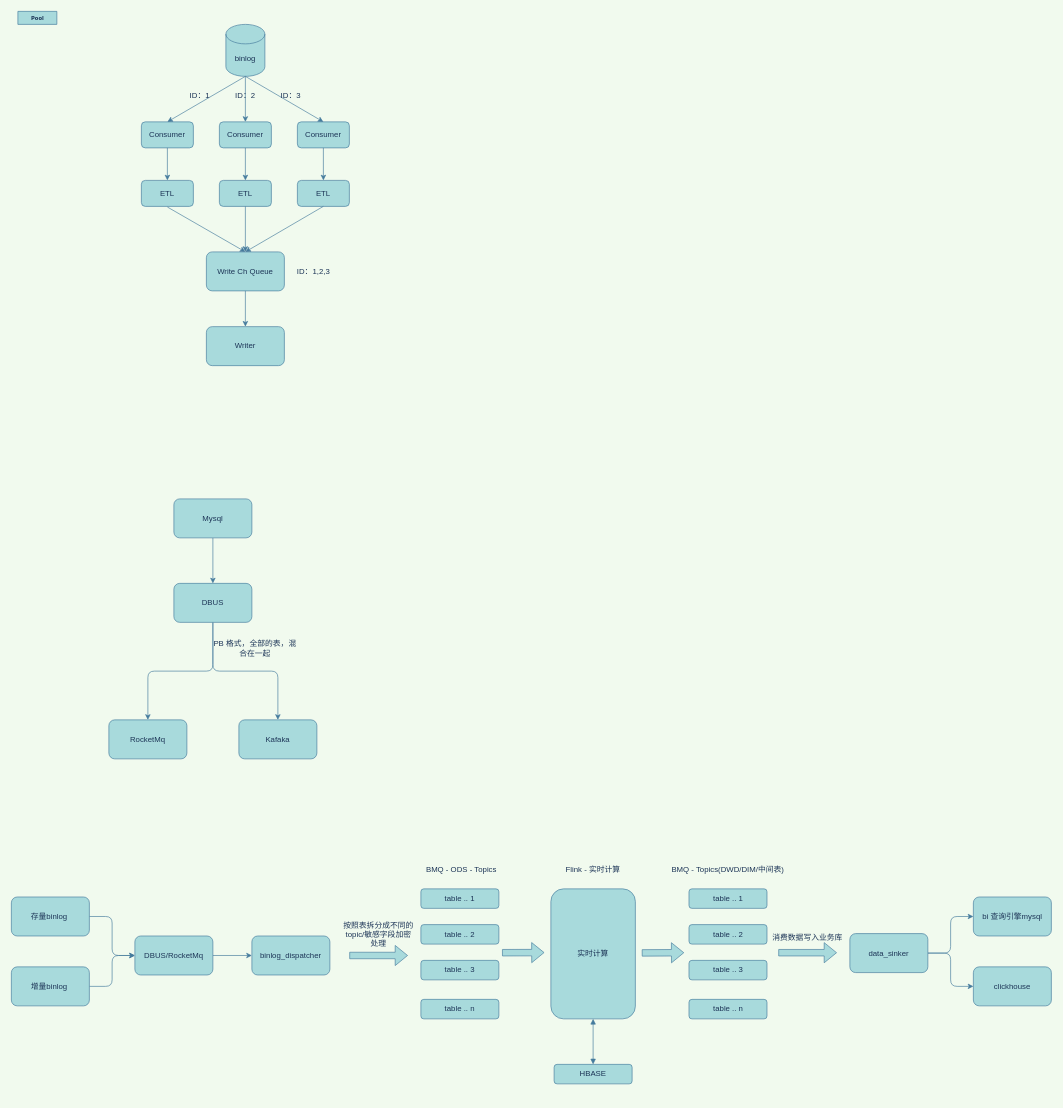
cicelprg/drawio keeps this draw.io diagram as real_time_etl.drawio. Above is the earlier version. Source tidied: cells renumbered, new cells numbered last; positions are measured from the earlier drawing's top-left corner, leaving out a move shared by most shapes. Both pictures are drawn from the tidied source at 65%, with x=0, y=0 at pixel (11, 11).
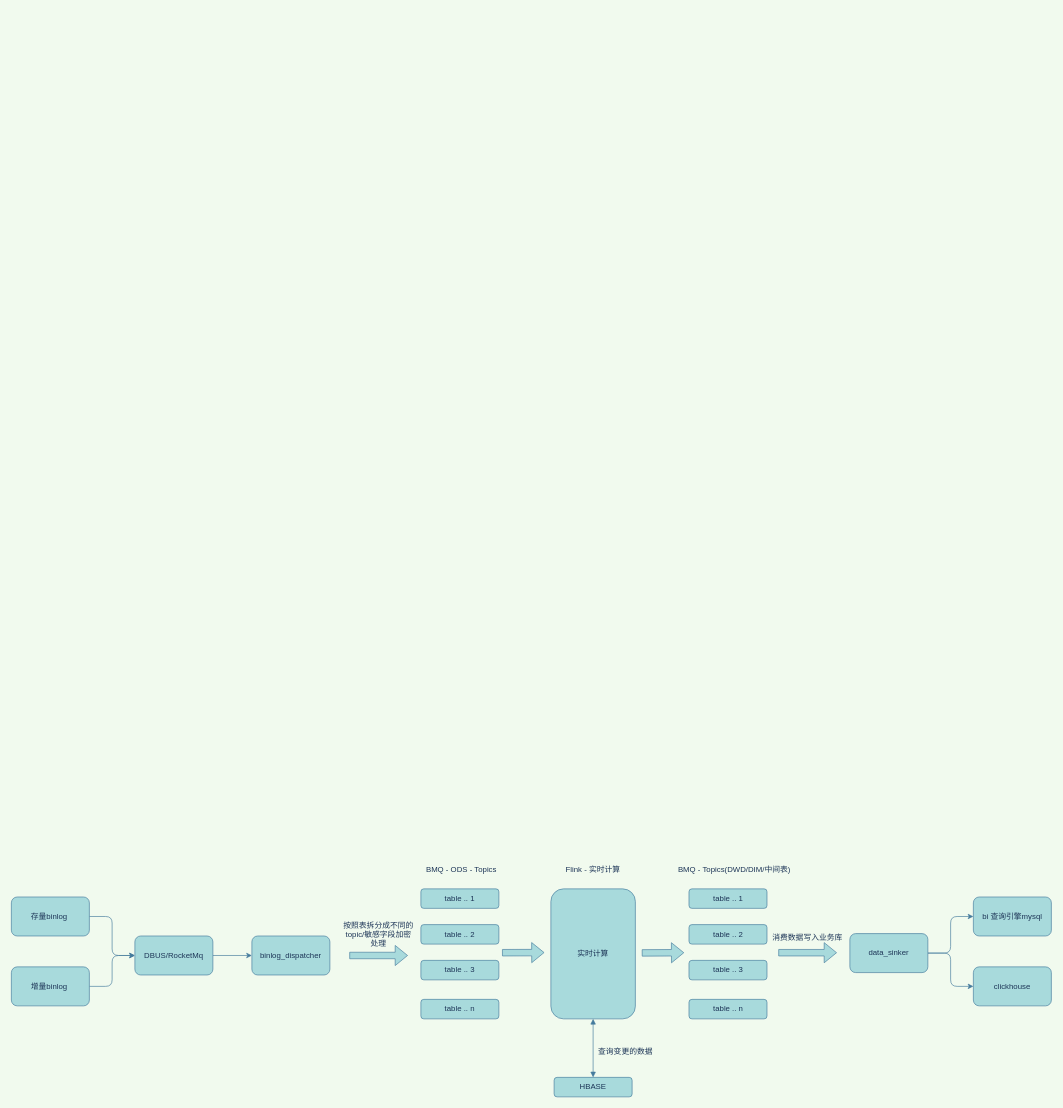
The same page after the edit.

Unchanged cells that the change refers to:
```xml
<mxCell id="35" value="存量binlog&amp;nbsp;" style="rounded=1;whiteSpace=wrap;html=1;sketch=0;strokeColor=#457B9D;fillColor=#A8DADC;fontColor=#1D3557;" parent="1" vertex="1">
  <mxGeometry y="1362.5" width="120" height="60" as="geometry" />
</mxCell>
<mxCell id="37" value="DBUS/RocketMq" style="rounded=1;whiteSpace=wrap;html=1;sketch=0;strokeColor=#457B9D;fillColor=#A8DADC;fontColor=#1D3557;" parent="1" vertex="1">
  <mxGeometry x="190" y="1422.5" width="120" height="60" as="geometry" />
</mxCell>
<mxCell id="45" value="实时计算" style="rounded=1;whiteSpace=wrap;html=1;sketch=0;strokeColor=#457B9D;fillColor=#A8DADC;fontColor=#1D3557;" parent="1" vertex="1">
  <mxGeometry x="830" y="1350" width="130" height="200" as="geometry" />
</mxCell>
<mxCell id="46" value="binlog_dispatcher" style="rounded=1;whiteSpace=wrap;html=1;sketch=0;strokeColor=#457B9D;fillColor=#A8DADC;fontColor=#1D3557;" parent="1" vertex="1">
  <mxGeometry x="370" y="1422.5" width="120" height="60" as="geometry" />
</mxCell>
<mxCell id="55" value="增量binlog&amp;nbsp;" style="rounded=1;whiteSpace=wrap;html=1;sketch=0;strokeColor=#457B9D;fillColor=#A8DADC;fontColor=#1D3557;" parent="1" vertex="1">
  <mxGeometry y="1470" width="120" height="60" as="geometry" />
</mxCell>
<mxCell id="58" value="data_sinker" style="rounded=1;whiteSpace=wrap;html=1;sketch=0;strokeColor=#457B9D;fillColor=#A8DADC;fontColor=#1D3557;" parent="1" vertex="1">
  <mxGeometry x="1290" y="1418.8" width="120" height="60" as="geometry" />
</mxCell>
<mxCell id="59" value="bi 查询引擎mysql" style="rounded=1;whiteSpace=wrap;html=1;sketch=0;strokeColor=#457B9D;fillColor=#A8DADC;fontColor=#1D3557;" parent="1" vertex="1">
  <mxGeometry x="1480" y="1362.5" width="120" height="60" as="geometry" />
</mxCell>
<mxCell id="60" value="clickhouse" style="rounded=1;whiteSpace=wrap;html=1;sketch=0;strokeColor=#457B9D;fillColor=#A8DADC;fontColor=#1D3557;" parent="1" vertex="1">
  <mxGeometry x="1480" y="1470" width="120" height="60" as="geometry" />
</mxCell>
```

Diff of the diagram source:
```diff
@@
-    <mxCell id="2" value="Pool" style="swimlane;html=1;startSize=20;rounded=0;shadow=0;labelBackgroundColor=none;strokeWidth=1;fontFamily=Verdana;fontSize=8;align=center;fillColor=#A8DADC;strokeColor=#457B9D;fontColor=#1D3557;" parent="1" vertex="1" collapsed="1">
-      <mxGeometry x="10" width="60" height="20" as="geometry" />
-    </mxCell>
-    <mxCell id="3" value="binlog" style="shape=cylinder3;whiteSpace=wrap;html=1;boundedLbl=1;backgroundOutline=1;size=15;fillColor=#A8DADC;strokeColor=#457B9D;fontColor=#1D3557;" parent="1" vertex="1">
-      <mxGeometry x="330" y="20" width="60" height="80" as="geometry" />
-    </mxCell>
-    <mxCell id="4" value="Consumer" style="rounded=1;whiteSpace=wrap;html=1;fillColor=#A8DADC;strokeColor=#457B9D;fontColor=#1D3557;" parent="1" vertex="1">
-      <mxGeometry x="200" y="170" width="80" height="40" as="geometry" />
-    </mxCell>
-    <mxCell id="5" value="Consumer" style="rounded=1;whiteSpace=wrap;html=1;fillColor=#A8DADC;strokeColor=#457B9D;fontColor=#1D3557;" parent="1" vertex="1">
-      <mxGeometry x="320" y="170" width="80" height="40" as="geometry" />
-    </mxCell>
-    <mxCell id="6" value="Consumer" style="rounded=1;whiteSpace=wrap;html=1;fillColor=#A8DADC;strokeColor=#457B9D;fontColor=#1D3557;" parent="1" vertex="1">
-      <mxGeometry x="440" y="170" width="80" height="40" as="geometry" />
-    </mxCell>
-    <mxCell id="7" value="ETL" style="rounded=1;whiteSpace=wrap;html=1;fillColor=#A8DADC;strokeColor=#457B9D;fontColor=#1D3557;" parent="1" vertex="1">
-      <mxGeometry x="200" y="260" width="80" height="40" as="geometry" />
-    </mxCell>
-    <mxCell id="8" value="ETL" style="rounded=1;whiteSpace=wrap;html=1;fillColor=#A8DADC;strokeColor=#457B9D;fontColor=#1D3557;" parent="1" vertex="1">
-      <mxGeometry x="320" y="260" width="80" height="40" as="geometry" />
-    </mxCell>
-    <mxCell id="9" value="ETL" style="rounded=1;whiteSpace=wrap;html=1;fillColor=#A8DADC;strokeColor=#457B9D;fontColor=#1D3557;" parent="1" vertex="1">
-      <mxGeometry x="440" y="260" width="80" height="40" as="geometry" />
-    </mxCell>
-    <mxCell id="10" value="Write Ch Queue" style="rounded=1;whiteSpace=wrap;html=1;fillColor=#A8DADC;strokeColor=#457B9D;fontColor=#1D3557;" parent="1" vertex="1">
-      <mxGeometry x="300" y="370" width="120" height="60" as="geometry" />
-    </mxCell>
-    <mxCell id="11" value="Writer" style="rounded=1;whiteSpace=wrap;html=1;fillColor=#A8DADC;strokeColor=#457B9D;fontColor=#1D3557;" parent="1" vertex="1">
-      <mxGeometry x="300" y="485" width="120" height="60" as="geometry" />
-    </mxCell>
-    <mxCell id="12" style="endArrow=classic;html=1;entryX=0.5;entryY=0;entryDx=0;entryDy=0;exitX=0.5;exitY=1;exitDx=0;exitDy=0;exitPerimeter=0;strokeColor=#457B9D;fontColor=#1D3557;labelBackgroundColor=#F1FAEE;" parent="1" edge="1" source="3" target="4">
-      <mxGeometry relative="1" as="geometry" />
-    </mxCell>
-    <mxCell id="13" style="endArrow=classic;html=1;strokeColor=#457B9D;fontColor=#1D3557;labelBackgroundColor=#F1FAEE;" parent="1" edge="1" target="5">
-      <mxGeometry relative="1" as="geometry">
-        <mxPoint x="360" y="100" as="sourcePoint" />
-      </mxGeometry>
-    </mxCell>
-    <mxCell id="14" style="endArrow=classic;html=1;entryX=0.5;entryY=0;entryDx=0;entryDy=0;strokeColor=#457B9D;fontColor=#1D3557;labelBackgroundColor=#F1FAEE;" parent="1" edge="1" target="6">
-      <mxGeometry relative="1" as="geometry">
-        <mxPoint x="360" y="100" as="sourcePoint" />
-      </mxGeometry>
-    </mxCell>
-    <mxCell id="15" style="endArrow=classic;html=1;exitX=0.5;exitY=1;exitDx=0;exitDy=0;strokeColor=#457B9D;fontColor=#1D3557;labelBackgroundColor=#F1FAEE;" parent="1" edge="1" source="4" target="7">
-      <mxGeometry relative="1" as="geometry" />
-    </mxCell>
-    <mxCell id="16" style="endArrow=classic;html=1;exitX=0.5;exitY=1;exitDx=0;exitDy=0;strokeColor=#457B9D;fontColor=#1D3557;labelBackgroundColor=#F1FAEE;" parent="1" edge="1" source="5" target="8">
-      <mxGeometry relative="1" as="geometry" />
-    </mxCell>
-    <mxCell id="17" style="endArrow=classic;html=1;exitX=0.5;exitY=1;exitDx=0;exitDy=0;entryX=0.5;entryY=0;entryDx=0;entryDy=0;strokeColor=#457B9D;fontColor=#1D3557;labelBackgroundColor=#F1FAEE;" parent="1" edge="1" source="6" target="9">
-      <mxGeometry relative="1" as="geometry" />
-    </mxCell>
-    <mxCell id="18" style="endArrow=classic;html=1;entryX=0.5;entryY=0;entryDx=0;entryDy=0;strokeColor=#457B9D;fontColor=#1D3557;labelBackgroundColor=#F1FAEE;" parent="1" edge="1" target="10">
-      <mxGeometry relative="1" as="geometry">
-        <mxPoint x="240" y="301" as="sourcePoint" />
-      </mxGeometry>
-    </mxCell>
-    <mxCell id="19" style="endArrow=classic;html=1;exitX=0.5;exitY=1;exitDx=0;exitDy=0;strokeColor=#457B9D;fontColor=#1D3557;labelBackgroundColor=#F1FAEE;" parent="1" edge="1" source="8" target="10">
-      <mxGeometry relative="1" as="geometry" />
-    </mxCell>
-    <mxCell id="20" style="endArrow=classic;html=1;exitX=0.5;exitY=1;exitDx=0;exitDy=0;entryX=0.5;entryY=0;entryDx=0;entryDy=0;strokeColor=#457B9D;fontColor=#1D3557;labelBackgroundColor=#F1FAEE;" parent="1" edge="1" source="9" target="10">
-      <mxGeometry relative="1" as="geometry" />
-    </mxCell>
-    <mxCell id="21" style="endArrow=classic;html=1;exitX=0.5;exitY=1;exitDx=0;exitDy=0;entryX=0.5;entryY=0;entryDx=0;entryDy=0;strokeColor=#457B9D;fontColor=#1D3557;labelBackgroundColor=#F1FAEE;" parent="1" edge="1" source="10" target="11">
-      <mxGeometry relative="1" as="geometry" />
-    </mxCell>
-    <mxCell id="22" value="ID：1" style="text;html=1;strokeColor=none;fillColor=none;align=center;verticalAlign=middle;whiteSpace=wrap;rounded=0;fontColor=#1D3557;" parent="1" vertex="1">
-      <mxGeometry x="270" y="120" width="40" height="20" as="geometry" />
-    </mxCell>
-    <mxCell id="23" value="ID：2" style="text;html=1;strokeColor=none;fillColor=none;align=center;verticalAlign=middle;whiteSpace=wrap;rounded=0;fontColor=#1D3557;" parent="1" vertex="1">
-      <mxGeometry x="340" y="120" width="40" height="20" as="geometry" />
-    </mxCell>
-    <mxCell id="24" value="ID：3" style="text;html=1;strokeColor=none;fillColor=none;align=center;verticalAlign=middle;whiteSpace=wrap;rounded=0;fontColor=#1D3557;" parent="1" vertex="1">
-      <mxGeometry x="410" y="120" width="40" height="20" as="geometry" />
-    </mxCell>
-    <mxCell id="25" value="ID：1,2,3&amp;nbsp; &amp;nbsp;" style="text;html=1;strokeColor=none;fillColor=none;align=center;verticalAlign=middle;whiteSpace=wrap;rounded=0;fontColor=#1D3557;" parent="1" vertex="1">
-      <mxGeometry x="430" y="390" width="80" height="20" as="geometry" />
-    </mxCell>
-    <mxCell id="26" style="edgeStyle=orthogonalEdgeStyle;curved=0;rounded=1;sketch=0;jettySize=auto;html=1;exitX=0.5;exitY=1;exitDx=0;exitDy=0;strokeColor=#457B9D;fillColor=#A8DADC;fontColor=#1D3557;labelBackgroundColor=#F1FAEE;" parent="1" edge="1" source="27" target="30">
-      <mxGeometry relative="1" as="geometry" />
-    </mxCell>
-    <mxCell id="27" value="Mysql" style="rounded=1;whiteSpace=wrap;html=1;sketch=0;strokeColor=#457B9D;fillColor=#A8DADC;fontColor=#1D3557;" parent="1" vertex="1">
-      <mxGeometry x="250" y="750" width="120" height="60" as="geometry" />
-    </mxCell>
-    <mxCell id="28" style="edgeStyle=orthogonalEdgeStyle;curved=0;rounded=1;sketch=0;jettySize=auto;html=1;exitX=0.5;exitY=1;exitDx=0;exitDy=0;strokeColor=#457B9D;fillColor=#A8DADC;fontColor=#1D3557;labelBackgroundColor=#F1FAEE;" parent="1" edge="1" source="30" target="31">
-      <mxGeometry relative="1" as="geometry" />
-    </mxCell>
-    <mxCell id="29" style="edgeStyle=orthogonalEdgeStyle;curved=0;rounded=1;sketch=0;jettySize=auto;html=1;exitX=0.5;exitY=1;exitDx=0;exitDy=0;strokeColor=#457B9D;fillColor=#A8DADC;fontColor=#1D3557;labelBackgroundColor=#F1FAEE;" parent="1" edge="1" source="30" target="32">
-      <mxGeometry relative="1" as="geometry" />
-    </mxCell>
-    <mxCell id="30" value="DBUS" style="rounded=1;whiteSpace=wrap;html=1;sketch=0;strokeColor=#457B9D;fillColor=#A8DADC;fontColor=#1D3557;" parent="1" vertex="1">
-      <mxGeometry x="250" y="880" width="120" height="60" as="geometry" />
-    </mxCell>
-    <mxCell id="31" value="RocketMq" style="rounded=1;whiteSpace=wrap;html=1;sketch=0;strokeColor=#457B9D;fillColor=#A8DADC;fontColor=#1D3557;" parent="1" vertex="1">
-      <mxGeometry x="150" y="1090" width="120" height="60" as="geometry" />
-    </mxCell>
-    <mxCell id="32" value="Kafaka" style="rounded=1;whiteSpace=wrap;html=1;sketch=0;strokeColor=#457B9D;fillColor=#A8DADC;fontColor=#1D3557;" parent="1" vertex="1">
-      <mxGeometry x="350" y="1090" width="120" height="60" as="geometry" />
-    </mxCell>
-    <mxCell id="33" value="PB 格式，全部的表，混合在一起" style="text;html=1;strokeColor=none;fillColor=none;align=center;verticalAlign=middle;whiteSpace=wrap;rounded=0;sketch=0;fontColor=#1D3557;" parent="1" vertex="1">
-      <mxGeometry x="310" y="970" width="130" height="20" as="geometry" />
-    </mxCell>
-    <mxCell id="34" style="edgeStyle=orthogonalEdgeStyle;curved=0;rounded=1;sketch=0;jettySize=auto;html=1;exitX=1;exitY=0.5;exitDx=0;exitDy=0;entryX=0;entryY=0.5;entryDx=0;entryDy=0;strokeColor=#457B9D;fillColor=#A8DADC;fontColor=#1D3557;" parent="1" edge="1" source="35" target="37">
+    <mxCell id="34" style="edgeStyle=orthogonalEdgeStyle;curved=0;rounded=1;sketch=0;jettySize=auto;html=1;exitX=1;exitY=0.5;exitDx=0;exitDy=0;entryX=0;entryY=0.5;entryDx=0;entryDy=0;strokeColor=#457B9D;fillColor=#A8DADC;fontColor=#1D3557;labelBackgroundColor=#F1FAEE;" parent="1" edge="1" source="35" target="37">
       <mxGeometry relative="1" as="geometry" />
     </mxCell>
@@
-    <mxCell id="36" style="edgeStyle=orthogonalEdgeStyle;curved=0;rounded=1;sketch=0;jettySize=auto;html=1;exitX=1;exitY=0.5;exitDx=0;exitDy=0;entryX=0;entryY=0.5;entryDx=0;entryDy=0;strokeColor=#457B9D;fillColor=#A8DADC;fontColor=#1D3557;" parent="1" edge="1" source="37" target="46">
+    <mxCell id="36" style="edgeStyle=orthogonalEdgeStyle;curved=0;rounded=1;sketch=0;jettySize=auto;html=1;exitX=1;exitY=0.5;exitDx=0;exitDy=0;entryX=0;entryY=0.5;entryDx=0;entryDy=0;strokeColor=#457B9D;fillColor=#A8DADC;fontColor=#1D3557;labelBackgroundColor=#F1FAEE;" parent="1" edge="1" source="37" target="46">
       <mxGeometry relative="1" as="geometry" />
     </mxCell>
@@
-    <mxCell id="44" style="edgeStyle=orthogonalEdgeStyle;curved=0;rounded=1;sketch=0;jettySize=auto;html=1;exitX=0.5;exitY=1;exitDx=0;exitDy=0;entryX=0.5;entryY=0;entryDx=0;entryDy=0;strokeColor=#457B9D;fillColor=#A8DADC;fontColor=#1D3557;endArrow=block;endFill=1;startArrow=block;startFill=1;" parent="1" edge="1" source="45" target="61">
+    <mxCell id="44" style="edgeStyle=orthogonalEdgeStyle;curved=0;rounded=1;sketch=0;jettySize=auto;html=1;exitX=0.5;exitY=1;exitDx=0;exitDy=0;entryX=0.5;entryY=0;entryDx=0;entryDy=0;strokeColor=#457B9D;fillColor=#A8DADC;fontColor=#1D3557;endArrow=block;endFill=1;startArrow=block;startFill=1;labelBackgroundColor=#F1FAEE;" parent="1" edge="1" source="45" target="61">
       <mxGeometry relative="1" as="geometry" />
     </mxCell>
@@
     <mxCell id="50" value="BMQ - Topics(DWD/DIM/中间表)" style="text;html=1;strokeColor=none;fillColor=none;align=center;verticalAlign=middle;whiteSpace=wrap;rounded=0;sketch=0;fontColor=#1D3557;" parent="1" vertex="1">
-      <mxGeometry x="1010" y="1310" width="185" height="20" as="geometry" />
+      <mxGeometry x="1020" y="1310" width="185" height="20" as="geometry" />
     </mxCell>
@@
-    <mxCell id="52" style="shape=flexArrow;endArrow=classic;html=1;strokeColor=#457B9D;fillColor=#A8DADC;fontColor=#1D3557;" parent="1" edge="1">
+    <mxCell id="52" style="shape=flexArrow;endArrow=classic;html=1;strokeColor=#457B9D;fillColor=#A8DADC;fontColor=#1D3557;labelBackgroundColor=#F1FAEE;" parent="1" edge="1">
       <mxGeometry relative="1" as="geometry">
         <mxPoint x="520" y="1452.5" as="sourcePoint" />
         <mxPoint x="610" y="1452.5" as="targetPoint" />
       </mxGeometry>
     </mxCell>
@@
-    <mxCell id="54" style="edgeStyle=orthogonalEdgeStyle;curved=0;rounded=1;sketch=0;jettySize=auto;html=1;exitX=1;exitY=0.5;exitDx=0;exitDy=0;entryX=0;entryY=0.5;entryDx=0;entryDy=0;strokeColor=#457B9D;fillColor=#A8DADC;fontColor=#1D3557;" parent="1" edge="1" source="55" target="37">
+    <mxCell id="54" style="edgeStyle=orthogonalEdgeStyle;curved=0;rounded=1;sketch=0;jettySize=auto;html=1;exitX=1;exitY=0.5;exitDx=0;exitDy=0;entryX=0;entryY=0.5;entryDx=0;entryDy=0;strokeColor=#457B9D;fillColor=#A8DADC;fontColor=#1D3557;labelBackgroundColor=#F1FAEE;" parent="1" edge="1" source="55" target="37">
       <mxGeometry relative="1" as="geometry" />
     </mxCell>
@@
-    <mxCell id="56" style="edgeStyle=orthogonalEdgeStyle;curved=0;rounded=1;sketch=0;jettySize=auto;html=1;exitX=1;exitY=0.5;exitDx=0;exitDy=0;entryX=0;entryY=0.5;entryDx=0;entryDy=0;strokeColor=#457B9D;fillColor=#A8DADC;fontColor=#1D3557;" parent="1" edge="1" source="58" target="59">
+    <mxCell id="56" style="edgeStyle=orthogonalEdgeStyle;curved=0;rounded=1;sketch=0;jettySize=auto;html=1;exitX=1;exitY=0.5;exitDx=0;exitDy=0;entryX=0;entryY=0.5;entryDx=0;entryDy=0;strokeColor=#457B9D;fillColor=#A8DADC;fontColor=#1D3557;labelBackgroundColor=#F1FAEE;" parent="1" edge="1" source="58" target="59">
       <mxGeometry relative="1" as="geometry" />
     </mxCell>
-    <mxCell id="57" style="edgeStyle=orthogonalEdgeStyle;curved=0;rounded=1;sketch=0;jettySize=auto;html=1;exitX=1;exitY=0.5;exitDx=0;exitDy=0;entryX=0;entryY=0.5;entryDx=0;entryDy=0;strokeColor=#457B9D;fillColor=#A8DADC;fontColor=#1D3557;" parent="1" edge="1" source="58" target="60">
+    <mxCell id="57" style="edgeStyle=orthogonalEdgeStyle;curved=0;rounded=1;sketch=0;jettySize=auto;html=1;exitX=1;exitY=0.5;exitDx=0;exitDy=0;entryX=0;entryY=0.5;entryDx=0;entryDy=0;strokeColor=#457B9D;fillColor=#A8DADC;fontColor=#1D3557;labelBackgroundColor=#F1FAEE;" parent="1" edge="1" source="58" target="60">
       <mxGeometry relative="1" as="geometry" />
     </mxCell>
@@
     <mxCell id="61" value="HBASE" style="rounded=1;whiteSpace=wrap;html=1;sketch=0;strokeColor=#457B9D;fillColor=#A8DADC;fontColor=#1D3557;" parent="1" vertex="1">
-      <mxGeometry x="835" y="1620" width="120" height="30" as="geometry" />
+      <mxGeometry x="835" y="1640" width="120" height="30" as="geometry" />
     </mxCell>
-    <mxCell id="62" style="shape=flexArrow;endArrow=classic;html=1;strokeColor=#457B9D;fillColor=#A8DADC;fontColor=#1D3557;" parent="1" edge="1">
+    <mxCell id="62" style="shape=flexArrow;endArrow=classic;html=1;strokeColor=#457B9D;fillColor=#A8DADC;fontColor=#1D3557;labelBackgroundColor=#F1FAEE;" parent="1" edge="1">
       <mxGeometry relative="1" as="geometry">
         <mxPoint x="1180" y="1448.2" as="sourcePoint" />
         <mxPoint x="1270" y="1448.2" as="targetPoint" />
       </mxGeometry>
     </mxCell>
@@
-    <mxCell id="64" style="shape=flexArrow;endArrow=classic;html=1;strokeColor=#457B9D;fillColor=#A8DADC;fontColor=#1D3557;" parent="1" edge="1">
+    <mxCell id="64" style="shape=flexArrow;endArrow=classic;html=1;strokeColor=#457B9D;fillColor=#A8DADC;fontColor=#1D3557;labelBackgroundColor=#F1FAEE;" parent="1" edge="1">
       <mxGeometry relative="1" as="geometry">
         <mxPoint x="755" y="1448.2" as="sourcePoint" />
         <mxPoint x="820" y="1448" as="targetPoint" />
       </mxGeometry>
     </mxCell>
-    <mxCell id="65" style="shape=flexArrow;endArrow=classic;html=1;strokeColor=#457B9D;fillColor=#A8DADC;fontColor=#1D3557;" parent="1" edge="1">
+    <mxCell id="65" style="shape=flexArrow;endArrow=classic;html=1;strokeColor=#457B9D;fillColor=#A8DADC;fontColor=#1D3557;labelBackgroundColor=#F1FAEE;" parent="1" edge="1">
       <mxGeometry relative="1" as="geometry">
         <mxPoint x="970" y="1448.5" as="sourcePoint" />
         <mxPoint x="1035" y="1448.2" as="targetPoint" />
       </mxGeometry>
     </mxCell>
+    <mxCell id="66" value="查询变更的数据" style="text;html=1;strokeColor=none;fillColor=none;align=center;verticalAlign=middle;whiteSpace=wrap;rounded=0;sketch=0;fontColor=#1D3557;" parent="1" vertex="1">
+      <mxGeometry x="900" y="1590" width="90" height="20" as="geometry" />
+    </mxCell>
```
